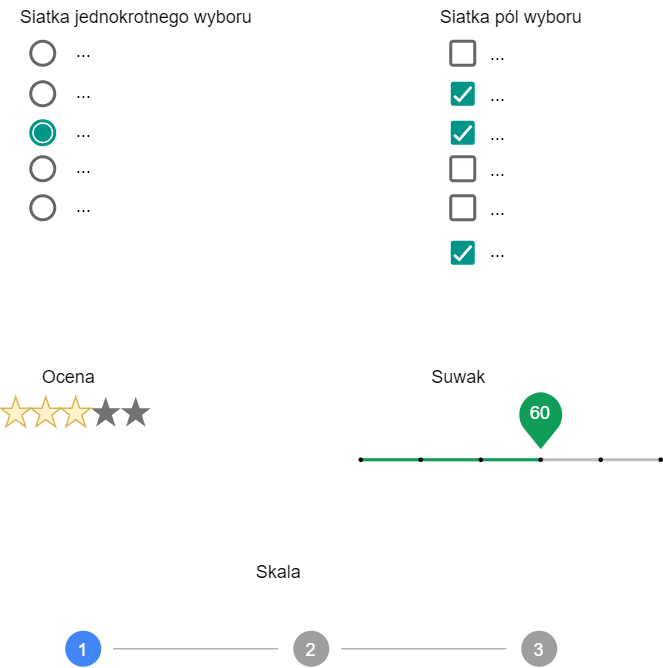
This is typy_odpowiedzi.png from Maaateusz/Projekt_Zespolowy_2020, a draw.io export, as it was before one commit. Source tidied: cells renumbered, new cells last; positions are measured from the earlier drawing's top-left corner, leaving out a move shared by most shapes. The source it was exported from:
```xml
<mxGraphModel>
  <root>
    <mxCell id="0" />
    <mxCell id="1" parent="0" />
    <mxCell id="2" style="dashed=0;verticalLabelPosition=bottom;verticalAlign=top;align=center;shape=mxgraph.gmdl.sliderDiscreteDots;barPos=60;bright=1;strokeColor=#0F9D58;opacity=100;strokeWidth=2;fillColor=#0F9D58;handleSize=10;shadow=0;fontSize=12;fontColor=#ffffff;" parent="1" vertex="1">
      <mxGeometry x="240" y="261" width="200" height="45" as="geometry" />
    </mxCell>
    <mxCell id="3" style="dashed=0;labelPosition=right;align=left;shape=mxgraph.gmdl.radiobutton;strokeColor=#666666;fillColor=none;strokeWidth=2;" parent="1" vertex="1">
      <mxGeometry x="20" y="27" width="16" height="16" as="geometry" />
    </mxCell>
    <mxCell id="4" style="dashed=0;labelPosition=right;align=left;shape=mxgraph.gmdl.radiobutton;strokeColor=#009587;fillColor=#009587;strokeWidth=2;" parent="1" vertex="1">
      <mxGeometry x="20" y="80" width="16" height="16" as="geometry" />
    </mxCell>
    <mxCell id="5" style="dashed=0;labelPosition=right;align=left;shape=mxgraph.gmdl.checkbox;strokeColor=#666666;fillColor=none;strokeWidth=2;" parent="1" vertex="1">
      <mxGeometry x="300" y="27" width="16" height="16" as="geometry" />
    </mxCell>
    <mxCell id="6" style="dashed=0;labelPosition=right;align=left;shape=mxgraph.gmdl.checkbox;strokeColor=none;fillColor=#009587;strokeWidth=2;" parent="1" vertex="1">
      <mxGeometry x="300" y="54" width="16" height="16" as="geometry" />
    </mxCell>
    <mxCell id="7" style="dashed=0;verticalLabelPosition=bottom;verticalAlign=top;align=center;shape=mxgraph.gmdl.star;strokeColor=#d6b656;fillColor=#fff2cc;shadow=0;" parent="1" vertex="1">
      <mxGeometry y="264" width="20" height="20" as="geometry" />
    </mxCell>
    <mxCell id="8" style="dashed=0;labelPosition=right;align=left;shape=mxgraph.gmdl.checkbox;strokeColor=none;fillColor=#009587;strokeWidth=2;" parent="1" vertex="1">
      <mxGeometry x="300" y="80" width="16" height="16" as="geometry" />
    </mxCell>
    <mxCell id="9" style="dashed=0;labelPosition=right;align=left;shape=mxgraph.gmdl.checkbox;strokeColor=#666666;fillColor=none;strokeWidth=2;" parent="1" vertex="1">
      <mxGeometry x="300" y="104" width="16" height="16" as="geometry" />
    </mxCell>
    <mxCell id="10" style="dashed=0;labelPosition=right;align=left;shape=mxgraph.gmdl.checkbox;strokeColor=#666666;fillColor=none;strokeWidth=2;" parent="1" vertex="1">
      <mxGeometry x="300" y="130" width="16" height="16" as="geometry" />
    </mxCell>
    <mxCell id="11" style="dashed=0;labelPosition=right;align=left;shape=mxgraph.gmdl.checkbox;strokeColor=none;fillColor=#009587;strokeWidth=2;" parent="1" vertex="1">
      <mxGeometry x="300" y="160" width="16" height="16" as="geometry" />
    </mxCell>
    <mxCell id="12" style="dashed=0;labelPosition=right;align=left;shape=mxgraph.gmdl.radiobutton;strokeColor=#666666;fillColor=none;strokeWidth=2;" parent="1" vertex="1">
      <mxGeometry x="20" y="54" width="16" height="16" as="geometry" />
    </mxCell>
    <mxCell id="13" style="dashed=0;labelPosition=right;align=left;shape=mxgraph.gmdl.radiobutton;strokeColor=#666666;fillColor=none;strokeWidth=2;" parent="1" vertex="1">
      <mxGeometry x="20" y="104" width="16" height="16" as="geometry" />
    </mxCell>
    <mxCell id="14" style="dashed=0;labelPosition=right;align=left;shape=mxgraph.gmdl.radiobutton;strokeColor=#666666;fillColor=none;strokeWidth=2;" parent="1" vertex="1">
      <mxGeometry x="20" y="130" width="16" height="16" as="geometry" />
    </mxCell>
    <mxCell id="15" style="dashed=0;verticalLabelPosition=bottom;verticalAlign=top;align=center;shape=mxgraph.gmdl.star;strokeColor=#d6b656;fillColor=#fff2cc;shadow=0;" parent="1" vertex="1">
      <mxGeometry x="20" y="264" width="20" height="20" as="geometry" />
    </mxCell>
    <mxCell id="16" style="dashed=0;verticalLabelPosition=bottom;verticalAlign=top;align=center;shape=mxgraph.gmdl.star;strokeColor=none;fillColor=#737373;shadow=0;" parent="1" vertex="1">
      <mxGeometry x="60" y="264" width="20" height="20" as="geometry" />
    </mxCell>
    <mxCell id="17" style="dashed=0;verticalLabelPosition=bottom;verticalAlign=top;align=center;shape=mxgraph.gmdl.star;strokeColor=#d6b656;fillColor=#fff2cc;shadow=0;" parent="1" vertex="1">
      <mxGeometry x="40" y="264" width="20" height="20" as="geometry" />
    </mxCell>
    <mxCell id="18" style="dashed=0;verticalLabelPosition=bottom;verticalAlign=top;align=center;shape=mxgraph.gmdl.star;strokeColor=none;fillColor=#737373;shadow=0;" parent="1" vertex="1">
      <mxGeometry x="80" y="264" width="20" height="20" as="geometry" />
    </mxCell>
    <mxCell id="19" value="..." style="text;html=1;align=center;verticalAlign=middle;" parent="1" vertex="1">
      <mxGeometry x="40" y="23" width="30" height="20" as="geometry" />
    </mxCell>
    <mxCell id="20" value="..." style="text;html=1;align=center;verticalAlign=middle;" parent="1" vertex="1">
      <mxGeometry x="40" y="50" width="30" height="20" as="geometry" />
    </mxCell>
    <mxCell id="21" value="..." style="text;html=1;align=center;verticalAlign=middle;" parent="1" vertex="1">
      <mxGeometry x="40" y="76" width="30" height="20" as="geometry" />
    </mxCell>
    <mxCell id="22" value="..." style="text;html=1;align=center;verticalAlign=middle;" parent="1" vertex="1">
      <mxGeometry x="40" y="100" width="30" height="20" as="geometry" />
    </mxCell>
    <mxCell id="23" value="..." style="text;html=1;align=center;verticalAlign=middle;" parent="1" vertex="1">
      <mxGeometry x="40" y="126" width="30" height="20" as="geometry" />
    </mxCell>
    <mxCell id="24" value="..." style="text;html=1;align=center;verticalAlign=middle;" parent="1" vertex="1">
      <mxGeometry x="316" y="24.5" width="30" height="20" as="geometry" />
    </mxCell>
    <mxCell id="25" value="..." style="text;html=1;align=center;verticalAlign=middle;" parent="1" vertex="1">
      <mxGeometry x="316" y="51.5" width="30" height="20" as="geometry" />
    </mxCell>
    <mxCell id="26" value="..." style="text;html=1;align=center;verticalAlign=middle;" parent="1" vertex="1">
      <mxGeometry x="316" y="77.5" width="30" height="20" as="geometry" />
    </mxCell>
    <mxCell id="27" value="..." style="text;html=1;align=center;verticalAlign=middle;" parent="1" vertex="1">
      <mxGeometry x="316" y="101.5" width="30" height="20" as="geometry" />
    </mxCell>
    <mxCell id="28" value="..." style="text;html=1;align=center;verticalAlign=middle;" parent="1" vertex="1">
      <mxGeometry x="316" y="127.5" width="30" height="20" as="geometry" />
    </mxCell>
    <mxCell id="29" value="..." style="text;html=1;align=center;verticalAlign=middle;" parent="1" vertex="1">
      <mxGeometry x="316" y="156" width="30" height="20" as="geometry" />
    </mxCell>
    <mxCell id="30" value="Siatka jednokrotnego wyboru" style="text;html=1;align=center;verticalAlign=middle;" parent="1" vertex="1">
      <mxGeometry x="5" width="170" height="20" as="geometry" />
    </mxCell>
    <mxCell id="31" value="Siatka pól wyboru" style="text;html=1;align=center;verticalAlign=middle;" parent="1" vertex="1">
      <mxGeometry x="285" width="110" height="20" as="geometry" />
    </mxCell>
    <mxCell id="32" value="Ocena" style="text;html=1;align=center;verticalAlign=middle;" parent="1" vertex="1">
      <mxGeometry x="20" y="240" width="50" height="20" as="geometry" />
    </mxCell>
    <mxCell id="33" value="Suwak" style="text;html=1;align=center;verticalAlign=middle;" parent="1" vertex="1">
      <mxGeometry x="280" y="240" width="50" height="20" as="geometry" />
    </mxCell>
    <mxCell id="34" value="1" style="shape=ellipse;fontSize=12;strokeColor=none;fillColor=#4285F4;fontColor=#ffffff;align=center;verticalAlign=middle;" parent="1" vertex="1">
      <mxGeometry x="43" y="420" width="24" height="24" as="geometry" />
    </mxCell>
    <mxCell id="35" style="shape=line;strokeColor=#b3b3b3;" parent="1" vertex="1">
      <mxGeometry x="75" y="427" width="110" height="10" as="geometry" />
    </mxCell>
    <mxCell id="36" value="2" style="shape=ellipse;fontSize=12;strokeColor=none;fillColor=#9e9e9e;fontColor=#ffffff;align=center;verticalAlign=middle;" parent="1" vertex="1">
      <mxGeometry x="195" y="420" width="24" height="24" as="geometry" />
    </mxCell>
    <mxCell id="37" style="shape=line;strokeColor=#b3b3b3;" parent="1" vertex="1">
      <mxGeometry x="227" y="427" width="110" height="10" as="geometry" />
    </mxCell>
    <mxCell id="38" value="3" style="shape=ellipse;fontSize=12;strokeColor=none;fillColor=#9e9e9e;fontColor=#ffffff;" parent="1" vertex="1">
      <mxGeometry x="347" y="420" width="24" height="24" as="geometry" />
    </mxCell>
    <mxCell id="39" value="Skala" style="text;html=1;align=center;verticalAlign=middle;fontColor=#000000;" parent="1" vertex="1">
      <mxGeometry x="160" y="370" width="50" height="20" as="geometry" />
    </mxCell>
  </root>
</mxGraphModel>
```
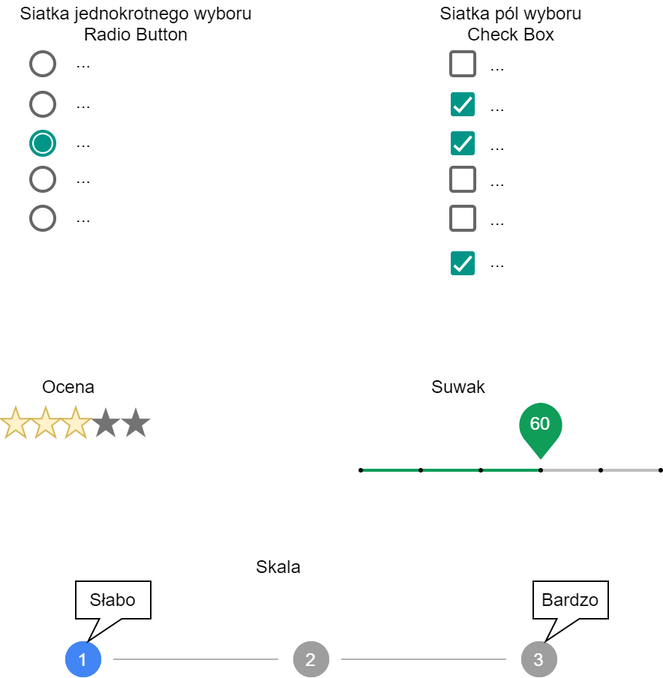
After the change.

The edit, as a diff of the source:
```diff
@@ -86,11 +86,11 @@
     <mxCell id="29" value="..." style="text;html=1;align=center;verticalAlign=middle;" parent="1" vertex="1">
       <mxGeometry x="316" y="156" width="30" height="20" as="geometry" />
     </mxCell>
-    <mxCell id="30" value="Siatka jednokrotnego wyboru" style="text;html=1;align=center;verticalAlign=middle;" parent="1" vertex="1">
-      <mxGeometry x="5" width="170" height="20" as="geometry" />
+    <mxCell id="30" value="Siatka jednokrotnego wyboru&lt;br&gt;Radio Button" style="text;html=1;align=center;verticalAlign=middle;" parent="1" vertex="1">
+      <mxGeometry x="5" y="-7" width="170" height="30" as="geometry" />
     </mxCell>
-    <mxCell id="31" value="Siatka pól wyboru" style="text;html=1;align=center;verticalAlign=middle;" parent="1" vertex="1">
-      <mxGeometry x="285" width="110" height="20" as="geometry" />
+    <mxCell id="31" value="Siatka pól wyboru&lt;br&gt;Check Box" style="text;html=1;align=center;verticalAlign=middle;" parent="1" vertex="1">
+      <mxGeometry x="285" y="-7" width="110" height="30" as="geometry" />
     </mxCell>
     <mxCell id="32" value="Ocena" style="text;html=1;align=center;verticalAlign=middle;" parent="1" vertex="1">
       <mxGeometry x="20" y="240" width="50" height="20" as="geometry" />
@@ -114,7 +114,28 @@
       <mxGeometry x="347" y="420" width="24" height="24" as="geometry" />
     </mxCell>
     <mxCell id="39" value="Skala" style="text;html=1;align=center;verticalAlign=middle;fontColor=#000000;" parent="1" vertex="1">
-      <mxGeometry x="160" y="370" width="50" height="20" as="geometry" />
+      <mxGeometry x="160" y="360" width="50" height="20" as="geometry" />
     </mxCell>
+    <mxCell id="40" value="1" style="shape=ellipse;fontSize=12;strokeColor=none;fillColor=#4285F4;fontColor=#ffffff;align=center;verticalAlign=middle;" parent="1" vertex="1">
+      <mxGeometry x="43" y="420" width="24" height="24" as="geometry" />
+    </mxCell>
+    <mxCell id="41" style="shape=line;strokeColor=#b3b3b3;" parent="1" vertex="1">
+      <mxGeometry x="75" y="427" width="110" height="10" as="geometry" />
+    </mxCell>
+    <mxCell id="42" value="2" style="shape=ellipse;fontSize=12;strokeColor=none;fillColor=#9e9e9e;fontColor=#ffffff;align=center;verticalAlign=middle;" parent="1" vertex="1">
+      <mxGeometry x="195" y="420" width="24" height="24" as="geometry" />
+    </mxCell>
+    <mxCell id="43" style="shape=line;strokeColor=#b3b3b3;" parent="1" vertex="1">
+      <mxGeometry x="227" y="427" width="110" height="10" as="geometry" />
+    </mxCell>
+    <mxCell id="44" value="3" style="shape=ellipse;fontSize=12;strokeColor=none;fillColor=#9e9e9e;fontColor=#ffffff;" parent="1" vertex="1">
+      <mxGeometry x="347" y="420" width="24" height="24" as="geometry" />
+    </mxCell>
+    <mxCell id="45" value="Słabo" style="whiteSpace=wrap;html=1;shape=mxgraph.basic.rectCallout;dx=23.28;dy=15;boundedLbl=1;fillColor=none;rotation=0;" parent="1" vertex="1">
+      <mxGeometry x="50" y="380" width="50" height="40" as="geometry" />
+    </mxCell>
+    <mxCell id="46" value="Bardzo" style="whiteSpace=wrap;html=1;shape=mxgraph.basic.rectCallout;dx=23.28;dy=15;boundedLbl=1;fillColor=none;rotation=0;" parent="1" vertex="1">
+      <mxGeometry x="355" y="380" width="50" height="40" as="geometry" />
+    </mxCell>
   </root>
 </mxGraphModel>
```
